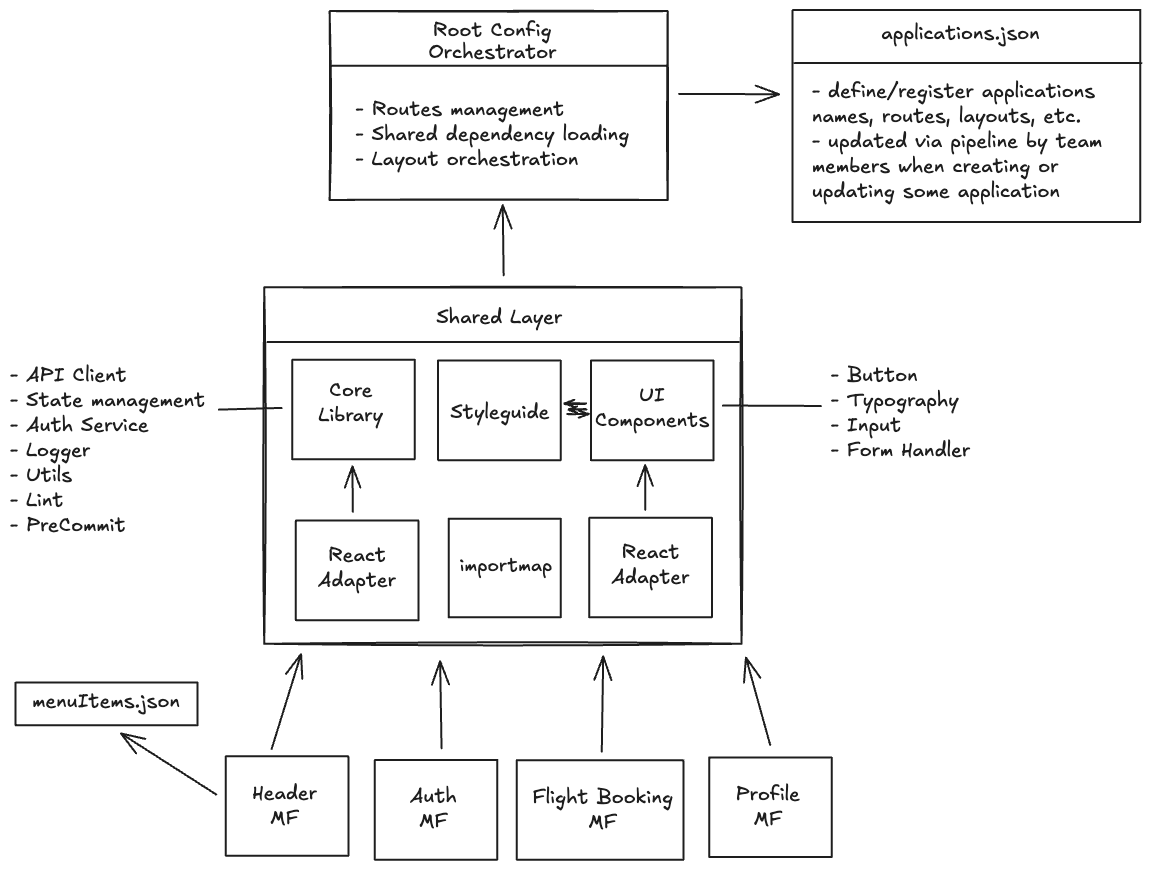
This is profile/project-architecture.excalidraw.png from skymfe/.github, a Excalidraw export, as it was before one commit. Source tidied: one line per element, renumbered; positions are measured from the earlier drawing's top-left corner, leaving out a move shared by most shapes.
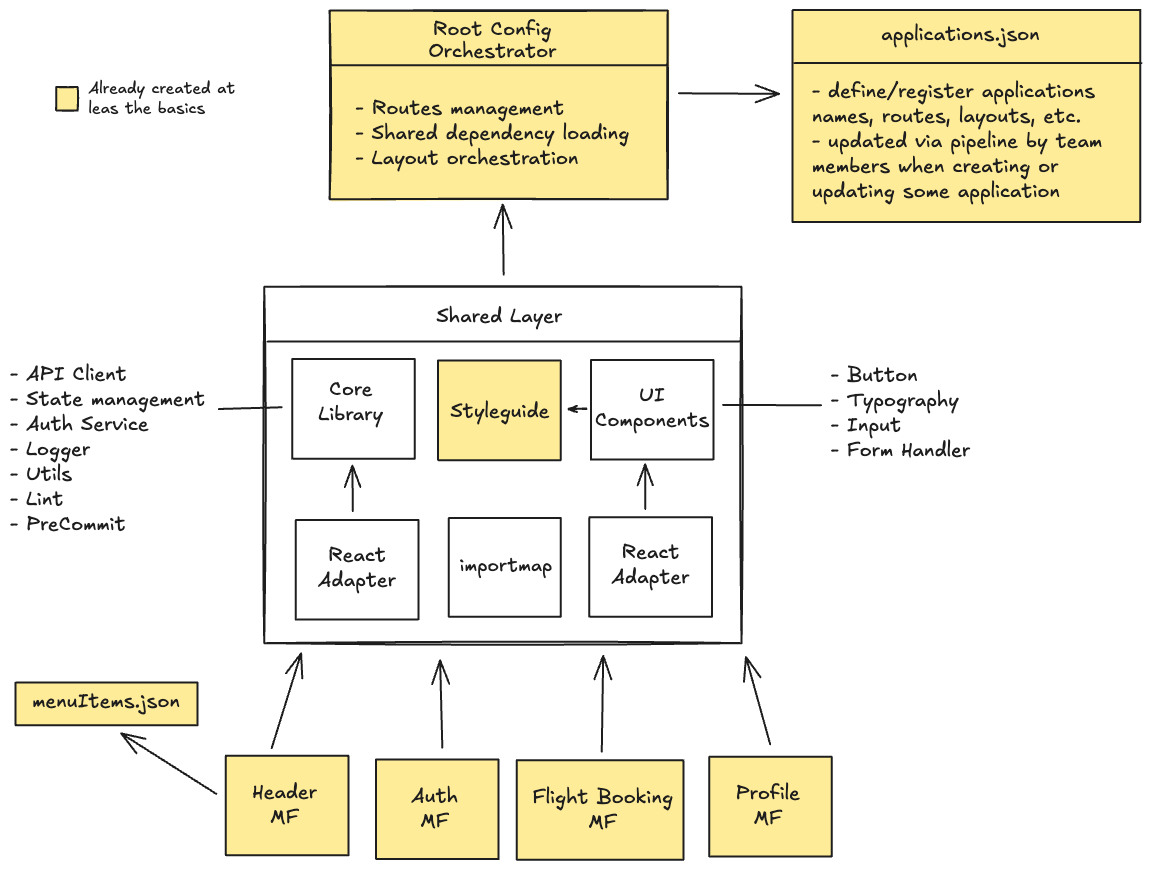
Above is the later version.

Commit message:
chore: update project architecture diagram to reflect recent modifications

The edit, as a diff of the source:
```diff
@@ -1,8 +1,8 @@
-{"id": 0, "type": "rectangle", "strokeColor": "#1e1e1e", "strokeWidth": 2, "roughness": 1, "x": 320, "y": 1, "width": 338, "height": 189}
+{"id": 0, "type": "rectangle", "strokeColor": "#1e1e1e", "backgroundColor": "#ffec99", "fillStyle": "solid", "strokeWidth": 2, "roughness": 1, "x": 320, "y": 1, "width": 338, "height": 189}
-{"id": 1, "type": "text", "text": "Root Config", "strokeColor": "#1e1e1e", "strokeWidth": 2, "roughness": 1, "fontSize": 20, "fontFamily": 5, "x": 423, "y": 8, "width": 119, "height": 25}
+{"id": 1, "type": "text", "text": "Root Config", "strokeColor": "#1e1e1e", "backgroundColor": "#ffec99", "fillStyle": "solid", "strokeWidth": 2, "roughness": 1, "fontSize": 20, "fontFamily": 5, "x": 423, "y": 8, "width": 119, "height": 25}
-{"id": 2, "type": "text", "text": "Orchestrator", "strokeColor": "#1e1e1e", "strokeWidth": 2, "roughness": 1, "fontSize": 20, "fontFamily": 5, "x": 419, "y": 30, "width": 128, "height": 25}
+{"id": 2, "type": "text", "text": "Orchestrator", "strokeColor": "#1e1e1e", "backgroundColor": "#ffec99", "fillStyle": "solid", "strokeWidth": 2, "roughness": 1, "fontSize": 20, "fontFamily": 5, "x": 419, "y": 30, "width": 128, "height": 25}
-{"id": 3, "type": "text", "text": "- Routes management\n- Shared dependency loading\n- Layout orchestration", "strokeColor": "#1e1e1e", "strokeWidth": 2, "roughness": 1, "fontSize": 20, "fontFamily": 5, "x": 346, "y": 87, "width": 274, "height": 75}
+{"id": 3, "type": "text", "text": "- Routes management\n- Shared dependency loading\n- Layout orchestration", "strokeColor": "#1e1e1e", "backgroundColor": "#ffec99", "fillStyle": "solid", "strokeWidth": 2, "roughness": 1, "fontSize": 20, "fontFamily": 5, "x": 346, "y": 87, "width": 274, "height": 75}
-{"id": 4, "type": "line", "strokeColor": "#1e1e1e", "strokeWidth": 2, "roughness": 0, "x": 321, "y": 56, "width": 336, "height": 0, "points": [[0, 0], [336, 0]]}
+{"id": 4, "type": "line", "strokeColor": "#1e1e1e", "backgroundColor": "#ffec99", "fillStyle": "solid", "strokeWidth": 2, "roughness": 0, "x": 321, "y": 56, "width": 336, "height": 0, "points": [[0, 0], [336, 0]]}
 {"id": 5, "type": "rectangle", "strokeColor": "#1e1e1e", "strokeWidth": 2, "roughness": 1, "x": 254, "y": 277, "width": 477, "height": 356}
 {"id": 6, "type": "line", "strokeColor": "#1e1e1e", "strokeWidth": 2, "roughness": 0, "x": 257, "y": 332, "width": 471, "height": 0, "points": [[0, 0], [471, 0]]}
 {"id": 7, "type": "text", "text": "Shared Layer", "strokeColor": "#1e1e1e", "strokeWidth": 2, "roughness": 0, "fontSize": 20, "fontFamily": 5, "x": 426, "y": 295, "width": 126, "height": 25}
@@ -10,17 +10,17 @@
 {"id": 9, "type": "arrow", "strokeColor": "#1e1e1e", "strokeWidth": 2, "roughness": 0, "round": true, "from": 25, "to": 8, "x": 272, "y": 398, "width": 63, "height": 2, "points": [[0, 0], [-63, 2]]}
 {"id": 10, "type": "text", "text": "- Button\n- Typography\n- Input\n- Form Handler", "strokeColor": "#1e1e1e", "strokeWidth": 2, "roughness": 0, "fontSize": 20, "fontFamily": 5, "x": 821, "y": 354, "width": 139, "height": 100}
 {"id": 11, "type": "arrow", "strokeColor": "#1e1e1e", "strokeWidth": 2, "roughness": 0, "round": true, "from": 31, "to": 10, "x": 713, "y": 396, "width": 98, "height": 0, "points": [[0, 0], [98, 0]]}
-{"id": 12, "type": "rectangle", "strokeColor": "#1e1e1e", "strokeWidth": 2, "roughness": 0, "x": 216, "y": 746, "width": 123, "height": 100}
+{"id": 12, "type": "rectangle", "strokeColor": "#1e1e1e", "backgroundColor": "#ffec99", "fillStyle": "solid", "strokeWidth": 2, "roughness": 0, "x": 216, "y": 746, "width": 123, "height": 100}
-{"id": 13, "type": "text", "text": "Header\nMF", "strokeColor": "#1e1e1e", "strokeWidth": 2, "roughness": 0, "fontSize": 20, "fontFamily": 5, "textAlign": "center", "x": 242, "y": 771, "width": 65, "height": 50}
+{"id": 13, "type": "text", "text": "Header\nMF", "strokeColor": "#1e1e1e", "backgroundColor": "#ffec99", "fillStyle": "solid", "strokeWidth": 2, "roughness": 0, "fontSize": 20, "fontFamily": 5, "textAlign": "center", "x": 242, "y": 771, "width": 65, "height": 50}
-{"id": 14, "type": "rectangle", "strokeColor": "#1e1e1e", "strokeWidth": 2, "roughness": 0, "x": 365, "y": 750, "width": 123, "height": 100}
+{"id": 14, "type": "rectangle", "strokeColor": "#1e1e1e", "backgroundColor": "#ffec99", "fillStyle": "solid", "strokeWidth": 2, "roughness": 0, "x": 366, "y": 750, "width": 123, "height": 100}
-{"id": 15, "type": "text", "text": "Auth\nMF", "strokeColor": "#1e1e1e", "strokeWidth": 2, "roughness": 0, "fontSize": 20, "fontFamily": 5, "textAlign": "center", "x": 400, "y": 775, "width": 47, "height": 50}
+{"id": 15, "type": "text", "text": "Auth\nMF", "strokeColor": "#1e1e1e", "backgroundColor": "#ffec99", "fillStyle": "solid", "strokeWidth": 2, "roughness": 0, "fontSize": 20, "fontFamily": 5, "textAlign": "center", "x": 401, "y": 775, "width": 47, "height": 50}
-{"id": 16, "type": "rectangle", "strokeColor": "#1e1e1e", "strokeWidth": 2, "roughness": 0, "x": 507, "y": 750, "width": 167, "height": 100}
+{"id": 16, "type": "rectangle", "strokeColor": "#1e1e1e", "backgroundColor": "#ffec99", "fillStyle": "solid", "strokeWidth": 2, "roughness": 0, "x": 507, "y": 751, "width": 167, "height": 100}
-{"id": 17, "type": "text", "text": "Flight Booking\nMF", "strokeColor": "#1e1e1e", "strokeWidth": 2, "roughness": 0, "fontSize": 20, "fontFamily": 5, "textAlign": "center", "x": 523, "y": 775, "width": 140, "height": 50}
+{"id": 17, "type": "text", "text": "Flight Booking\nMF", "strokeColor": "#1e1e1e", "backgroundColor": "#ffec99", "fillStyle": "solid", "strokeWidth": 2, "roughness": 0, "fontSize": 20, "fontFamily": 5, "textAlign": "center", "x": 523, "y": 776, "width": 140, "height": 50}
-{"id": 18, "type": "rectangle", "strokeColor": "#1e1e1e", "strokeWidth": 2, "roughness": 0, "x": 699, "y": 747, "width": 123, "height": 100}
+{"id": 18, "type": "rectangle", "strokeColor": "#1e1e1e", "backgroundColor": "#ffec99", "fillStyle": "solid", "strokeWidth": 2, "roughness": 0, "x": 699, "y": 747, "width": 123, "height": 100}
-{"id": 19, "type": "text", "text": "Profile\nMF", "strokeColor": "#1e1e1e", "strokeWidth": 2, "roughness": 0, "fontSize": 20, "fontFamily": 5, "textAlign": "center", "x": 726, "y": 772, "width": 64, "height": 50}
+{"id": 19, "type": "text", "text": "Profile\nMF", "strokeColor": "#1e1e1e", "backgroundColor": "#ffec99", "fillStyle": "solid", "strokeWidth": 2, "roughness": 0, "fontSize": 20, "fontFamily": 5, "textAlign": "center", "x": 726, "y": 772, "width": 64, "height": 50}
 {"id": 20, "type": "arrow", "strokeColor": "#1e1e1e", "strokeWidth": 2, "roughness": 0, "endArrowhead": "arrow", "round": true, "from": 12, "to": 5, "x": 262, "y": 739, "width": 29, "height": 95, "points": [[0, 0], [29, -95]]}
-{"id": 21, "type": "arrow", "strokeColor": "#1e1e1e", "strokeWidth": 2, "roughness": 0, "endArrowhead": "arrow", "round": true, "from": 14, "to": 5, "x": 432, "y": 738, "width": 1, "height": 87, "points": [[0, 0], [-1, -87]]}
+{"id": 21, "type": "arrow", "strokeColor": "#1e1e1e", "strokeWidth": 2, "roughness": 0, "endArrowhead": "arrow", "round": true, "from": 14, "to": 5, "x": 432, "y": 738, "width": 2, "height": 87, "points": [[0, 0], [-2, -87]]}
-{"id": 22, "type": "arrow", "strokeColor": "#1e1e1e", "strokeWidth": 2, "roughness": 0, "endArrowhead": "arrow", "round": true, "from": 16, "to": 5, "x": 592, "y": 742, "width": 1, "height": 95, "points": [[0, 0], [1, -95]]}
+{"id": 22, "type": "arrow", "strokeColor": "#1e1e1e", "strokeWidth": 2, "roughness": 0, "endArrowhead": "arrow", "round": true, "from": 16, "to": 5, "x": 592, "y": 742, "width": 1, "height": 96, "points": [[0, 0], [1, -96]]}
 {"id": 23, "type": "arrow", "strokeColor": "#1e1e1e", "strokeWidth": 2, "roughness": 0, "endArrowhead": "arrow", "round": true, "from": 18, "to": 5, "x": 760, "y": 735, "width": 24, "height": 87, "points": [[0, 0], [-24, -87]]}
 {"id": 24, "type": "arrow", "strokeColor": "#1e1e1e", "strokeWidth": 2, "roughness": 0, "endArrowhead": "arrow", "round": true, "from": 5, "to": 0, "x": 494, "y": 265, "width": 1, "height": 70, "points": [[0, 0], [-1, -70]]}
 {"id": 25, "type": "rectangle", "strokeColor": "#1e1e1e", "strokeWidth": 2, "roughness": 0, "x": 282, "y": 350, "width": 123, "height": 100}
@@ -33,16 +33,18 @@
 {"id": 32, "type": "rectangle", "strokeColor": "#1e1e1e", "strokeWidth": 2, "roughness": 0, "x": 579, "y": 508, "width": 123, "height": 100}
 {"id": 33, "type": "text", "text": "React\nAdapter", "strokeColor": "#1e1e1e", "strokeWidth": 2, "roughness": 0, "fontSize": 20, "fontFamily": 5, "textAlign": "center", "x": 602, "y": 531, "width": 78, "height": 50}
 {"id": 34, "type": "arrow", "strokeColor": "#1e1e1e", "strokeWidth": 2, "roughness": 0, "endArrowhead": "arrow", "round": true, "from": 32, "to": 30, "x": 635, "y": 500, "width": 0, "height": 45, "points": [[0, 0], [0, -45]]}
-{"id": 35, "type": "arrow", "strokeColor": "#1e1e1e", "strokeWidth": 2, "roughness": 0, "endArrowhead": "arrow", "round": true, "from": 0, "to": 37, "x": 669, "y": 84, "width": 100, "height": 0, "points": [[0, 0], [100, 0]]}
+{"id": 35, "type": "arrow", "strokeColor": "#1e1e1e", "strokeWidth": 2, "roughness": 0, "endArrowhead": "arrow", "round": true, "from": 0, "to": 37, "x": 669, "y": 84, "width": 100, "height": 1, "points": [[0, 0], [100, 1]]}
-{"id": 36, "type": "text", "text": "applications.json", "strokeColor": "#1e1e1e", "strokeWidth": 2, "roughness": 0, "fontSize": 20, "fontFamily": 5, "x": 871, "y": 12, "width": 159, "height": 25}
-{"id": 37, "type": "rectangle", "strokeColor": "#1e1e1e", "strokeWidth": 2, "roughness": 0, "x": 783, "y": 0, "width": 348, "height": 212}
-{"id": 38, "type": "text", "text": "- define/register applications \nnames, routes, layouts, etc.\n- updated via pipeline by team\nmembers when creating or\nupdating some application", "strokeColor": "#1e1e1e", "strokeWidth": 2, "roughness": 0, "fontSize": 20, "fontFamily": 5, "x": 802, "y": 69, "width": 291, "height": 125}
-{"id": 39, "type": "line", "strokeColor": "#1e1e1e", "strokeWidth": 2, "roughness": 0, "x": 784, "y": 53, "width": 347, "height": 0, "points": [[0, 0], [347, 0]]}
+{"id": 41, "type": "rectangle", "strokeColor": "#1e1e1e", "backgroundColor": "#ffec99", "fillStyle": "solid", "strokeWidth": 2, "roughness": 0, "x": 5, "y": 673, "width": 182, "height": 43}
-{"id": 40, "type": "text", "text": "menuItems.json", "strokeColor": "#1e1e1e", "strokeWidth": 2, "roughness": 0, "fontSize": 20, "fontFamily": 5, "x": 22, "y": 679, "width": 148, "height": 25}
+{"id": 40, "type": "text", "text": "menuItems.json", "strokeColor": "#1e1e1e", "backgroundColor": "#ffec99", "fillStyle": "solid", "strokeWidth": 2, "roughness": 0, "fontSize": 20, "fontFamily": 5, "x": 22, "y": 680, "width": 148, "height": 25}
-{"id": 41, "type": "rectangle", "strokeColor": "#1e1e1e", "strokeWidth": 2, "roughness": 0, "x": 5, "y": 672, "width": 182, "height": 43}
 {"id": 42, "type": "arrow", "strokeColor": "#1e1e1e", "strokeWidth": 2, "roughness": 0, "endArrowhead": "arrow", "round": true, "from": 12, "to": 41, "x": 206, "y": 785, "width": 95, "height": 61, "points": [[0, 0], [-95, -61]]}
 {"id": 43, "type": "rectangle", "strokeColor": "#1e1e1e", "strokeWidth": 2, "roughness": 0, "x": 439, "y": 509, "width": 112, "height": 99}
 {"id": 44, "type": "text", "text": "importmap", "strokeColor": "#1e1e1e", "strokeWidth": 2, "roughness": 0, "fontSize": 19.23, "fontFamily": 5, "textAlign": "center", "x": 450, "y": 544, "width": 93, "height": 24}
-{"id": 45, "type": "rectangle", "strokeColor": "#1e1e1e", "strokeWidth": 2, "roughness": 0, "x": 428, "y": 351, "width": 123, "height": 100}
+{"id": 45, "type": "rectangle", "strokeColor": "#1e1e1e", "backgroundColor": "#ffec99", "fillStyle": "solid", "strokeWidth": 2, "roughness": 0, "x": 428, "y": 351, "width": 123, "height": 100}
 {"id": 46, "type": "text", "text": "Styleguide", "strokeColor": "#1e1e1e", "strokeWidth": 2, "roughness": 0, "fontSize": 20, "fontFamily": 5, "textAlign": "center", "x": 440, "y": 390, "width": 99, "height": 25}
-{"id": 47, "type": "arrow", "strokeColor": "#1e1e1e", "strokeWidth": 2, "roughness": 1, "endArrowhead": "arrow", "round": true, "from": 31, "to": 45, "x": 577, "y": 400, "width": 18, "height": 1, "points": [[0, 0], [-18, -1]]}
+{"id": 47, "type": "arrow", "strokeColor": "#1e1e1e", "strokeWidth": 2, "roughness": 1, "endArrowhead": "arrow", "round": true, "from": 31, "to": 45, "x": 577, "y": 400, "width": 18, "height": 0, "points": [[0, 0], [-18, 0]]}
+{"id": 48, "type": "rectangle", "strokeColor": "#1e1e1e", "backgroundColor": "#ffec99", "fillStyle": "solid", "strokeWidth": 2, "roughness": 1, "x": 46, "y": 78, "width": 22, "height": 23}
+{"id": 49, "type": "text", "text": "Already created at\nleas the basics", "strokeColor": "#1e1e1e", "backgroundColor": "#ffec99", "fillStyle": "solid", "strokeWidth": 2, "roughness": 1, "fontSize": 16, "fontFamily": 5, "x": 78, "y": 70, "width": 147, "height": 40}
+{"id": 37, "type": "rectangle", "strokeColor": "#1e1e1e", "backgroundColor": "#ffec99", "fillStyle": "solid", "strokeWidth": 2, "roughness": 0, "x": 783, "y": 1, "width": 348, "height": 212}
+{"id": 38, "type": "text", "text": "- define/register applications \nnames, routes, layouts, etc.\n- updated via pipeline by team\nmembers when creating or\nupdating some application", "strokeColor": "#1e1e1e", "backgroundColor": "#ffec99", "fillStyle": "solid", "strokeWidth": 2, "roughness": 0, "fontSize": 20, "fontFamily": 5, "x": 802, "y": 70, "width": 291, "height": 125}
+{"id": 39, "type": "line", "strokeColor": "#1e1e1e", "backgroundColor": "#ffec99", "fillStyle": "solid", "strokeWidth": 2, "roughness": 0, "x": 784, "y": 54, "width": 347, "height": 0, "points": [[0, 0], [347, 0]]}
+{"id": 36, "type": "text", "text": "applications.json", "strokeColor": "#1e1e1e", "backgroundColor": "#ffec99", "fillStyle": "solid", "strokeWidth": 2, "roughness": 0, "fontSize": 20, "fontFamily": 5, "x": 871, "y": 13, "width": 159, "height": 25}
```
